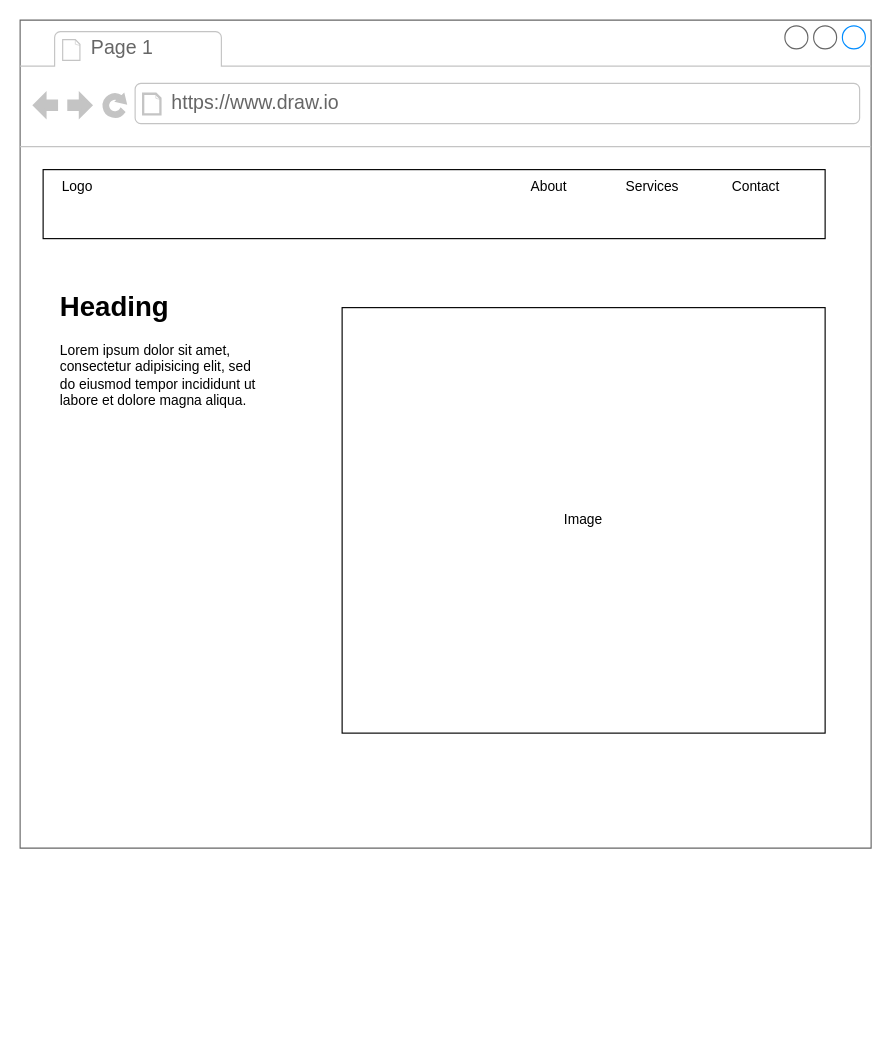
brianjburrow/draw.io keeps this draw.io diagram as page "Home Page" (1 of 5) of fakeWindFarm/Untitled Diagram.drawio. Above is the earlier version. Source tidied: cells renumbered, new cells numbered last; positions are measured from the earlier drawing's top-left corner, leaving out a move shared by most shapes. Both pictures are drawn from the tidied source at 115%, with x=0, y=0 at pixel (20, 20).
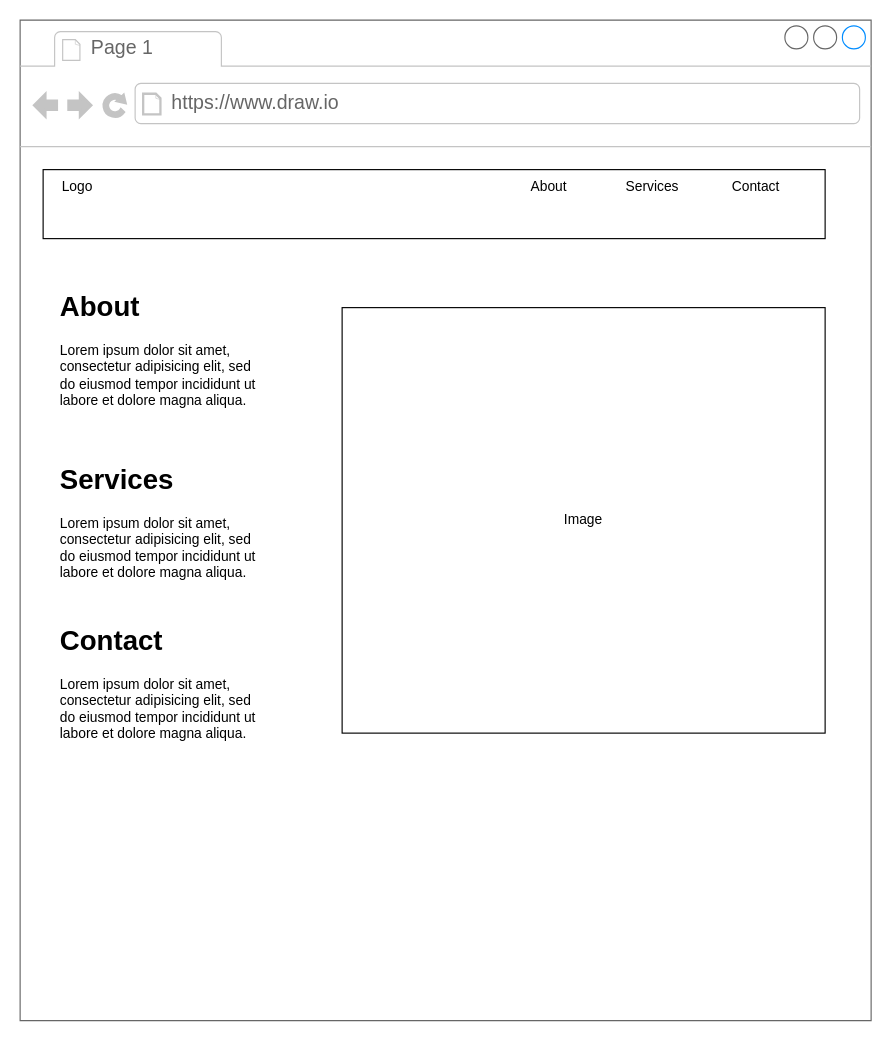
The same diagram, later.

What changed in the source:
```diff
@@
 <mxGraphModel>
   <root>
     <mxCell id="0" />
     <mxCell id="1" parent="0" />
     <mxCell id="2" style="strokeWidth=1;shadow=0;dashed=0;align=center;html=1;shape=mxgraph.mockup.containers.browserWindow;rSize=0;strokeColor=#666666;strokeColor2=#008cff;strokeColor3=#c4c4c4;mainText=,;" parent="1" vertex="1">
-      <mxGeometry width="740" height="720" as="geometry" />
+      <mxGeometry width="740" height="870" as="geometry" />
     </mxCell>
     <mxCell id="3" value="Page 1" style="strokeWidth=1;shadow=0;dashed=0;align=center;html=1;shape=mxgraph.mockup.containers.anchor;fontSize=17;fontColor=#666666;align=left;" parent="2" vertex="1">
       <mxGeometry x="60" y="12" width="110" height="26" as="geometry" />
     </mxCell>
     <mxCell id="4" value="https://www.draw.io" style="strokeWidth=1;shadow=0;dashed=0;align=center;html=1;shape=mxgraph.mockup.containers.anchor;rSize=0;fontSize=17;fontColor=#666666;align=left;" parent="2" vertex="1">
       <mxGeometry x="130" y="60" width="250" height="26" as="geometry" />
     </mxCell>
     <mxCell id="5" value="&lt;br&gt;&amp;nbsp;&amp;nbsp;" style="rounded=0;whiteSpace=wrap;html=1;labelPosition=left;verticalLabelPosition=top;align=right;verticalAlign=bottom;" parent="2" vertex="1">
       <mxGeometry x="20" y="130" width="680" height="60" as="geometry" />
     </mxCell>
-    <mxCell id="6" value="&lt;h1&gt;Heading&lt;/h1&gt;&lt;p&gt;Lorem ipsum dolor sit amet, consectetur adipisicing elit, sed do eiusmod tempor incididunt ut labore et dolore magna aliqua.&lt;/p&gt;" style="text;html=1;strokeColor=none;fillColor=none;spacing=5;spacingTop=-20;whiteSpace=wrap;overflow=hidden;rounded=0;" parent="2" vertex="1">
+    <mxCell id="6" value="&lt;h1&gt;About&lt;/h1&gt;&lt;p&gt;Lorem ipsum dolor sit amet, consectetur adipisicing elit, sed do eiusmod tempor incididunt ut labore et dolore magna aliqua.&lt;/p&gt;" style="text;html=1;strokeColor=none;fillColor=none;spacing=5;spacingTop=-20;whiteSpace=wrap;overflow=hidden;rounded=0;" parent="2" vertex="1">
       <mxGeometry x="30" y="230" width="190" height="350" as="geometry" />
     </mxCell>
     <mxCell id="7" value="Image" style="rounded=0;whiteSpace=wrap;html=1;" parent="2" vertex="1">
       <mxGeometry x="280" y="250" width="420" height="370" as="geometry" />
     </mxCell>
     <mxCell id="8" value="Logo" style="text;html=1;strokeColor=none;fillColor=none;align=center;verticalAlign=middle;whiteSpace=wrap;rounded=0;" parent="2" vertex="1">
       <mxGeometry x="20" y="130" width="60" height="30" as="geometry" />
     </mxCell>
     <mxCell id="9" value="About" style="text;html=1;strokeColor=none;fillColor=none;align=center;verticalAlign=middle;whiteSpace=wrap;rounded=0;" parent="2" vertex="1">
       <mxGeometry x="430" y="130" width="60" height="30" as="geometry" />
     </mxCell>
     <mxCell id="10" value="Services" style="text;html=1;strokeColor=none;fillColor=none;align=center;verticalAlign=middle;whiteSpace=wrap;rounded=0;" parent="2" vertex="1">
       <mxGeometry x="520" y="130" width="60" height="30" as="geometry" />
     </mxCell>
     <mxCell id="11" value="Contact" style="text;html=1;strokeColor=none;fillColor=none;align=center;verticalAlign=middle;whiteSpace=wrap;rounded=0;" parent="2" vertex="1">
       <mxGeometry x="610" y="130" width="60" height="30" as="geometry" />
     </mxCell>
+    <mxCell id="12" value="&lt;h1&gt;Services&lt;/h1&gt;&lt;p&gt;Lorem ipsum dolor sit amet, consectetur adipisicing elit, sed do eiusmod tempor incididunt ut labore et dolore magna aliqua.&lt;/p&gt;" style="text;html=1;strokeColor=none;fillColor=none;spacing=5;spacingTop=-20;whiteSpace=wrap;overflow=hidden;rounded=0;" parent="2" vertex="1">
+      <mxGeometry x="30" y="380" width="190" height="350" as="geometry" />
+    </mxCell>
+    <mxCell id="13" value="&lt;h1&gt;Contact&lt;/h1&gt;&lt;p&gt;Lorem ipsum dolor sit amet, consectetur adipisicing elit, sed do eiusmod tempor incididunt ut labore et dolore magna aliqua.&lt;/p&gt;" style="text;html=1;strokeColor=none;fillColor=none;spacing=5;spacingTop=-20;whiteSpace=wrap;overflow=hidden;rounded=0;" parent="2" vertex="1">
+      <mxGeometry x="30" y="520" width="190" height="350" as="geometry" />
+    </mxCell>
   </root>
 </mxGraphModel>
```
